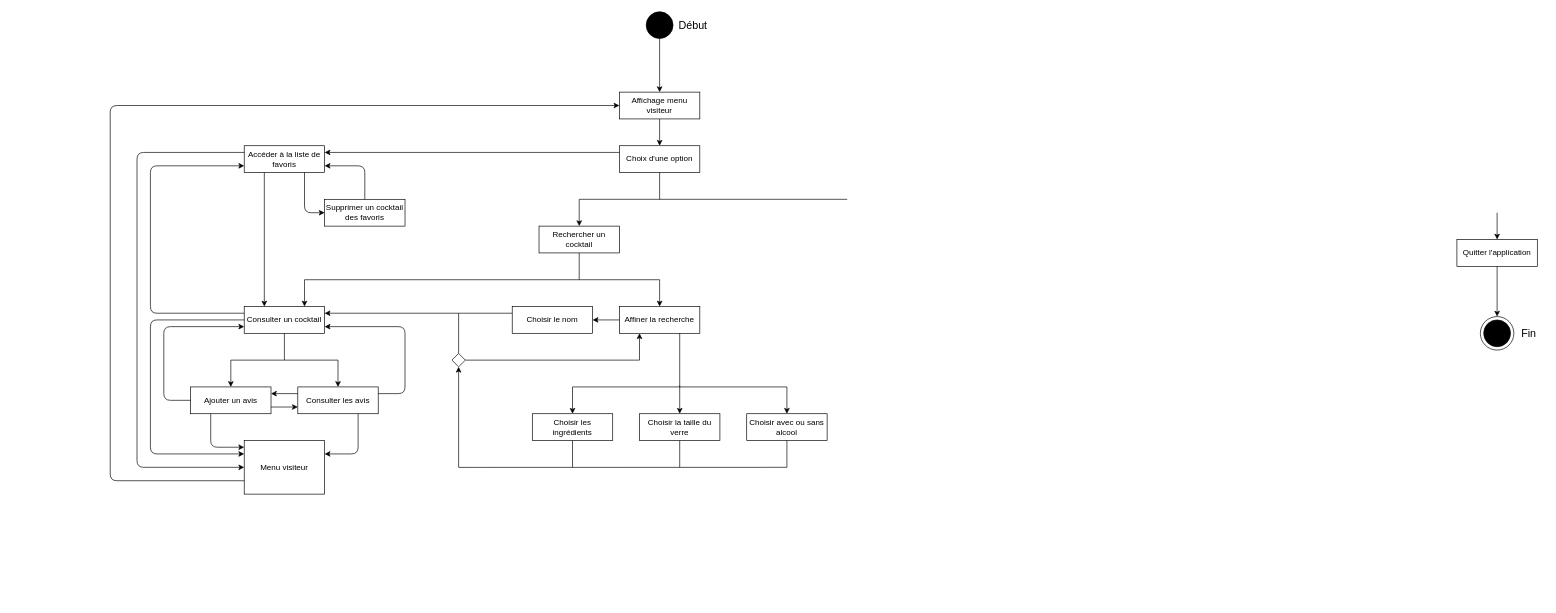
Above: Diagramme d'état du menu utilisateur régulier.drawio in wahib299/ProjetInfo2A (draw.io), before the change. Source tidied: cells renumbered, new cells numbered last; positions are measured from the earlier drawing's top-left corner, leaving out a move shared by most shapes. Both pictures are drawn from the tidied source at 67%, with x=0, y=0 at pixel (110, 11).
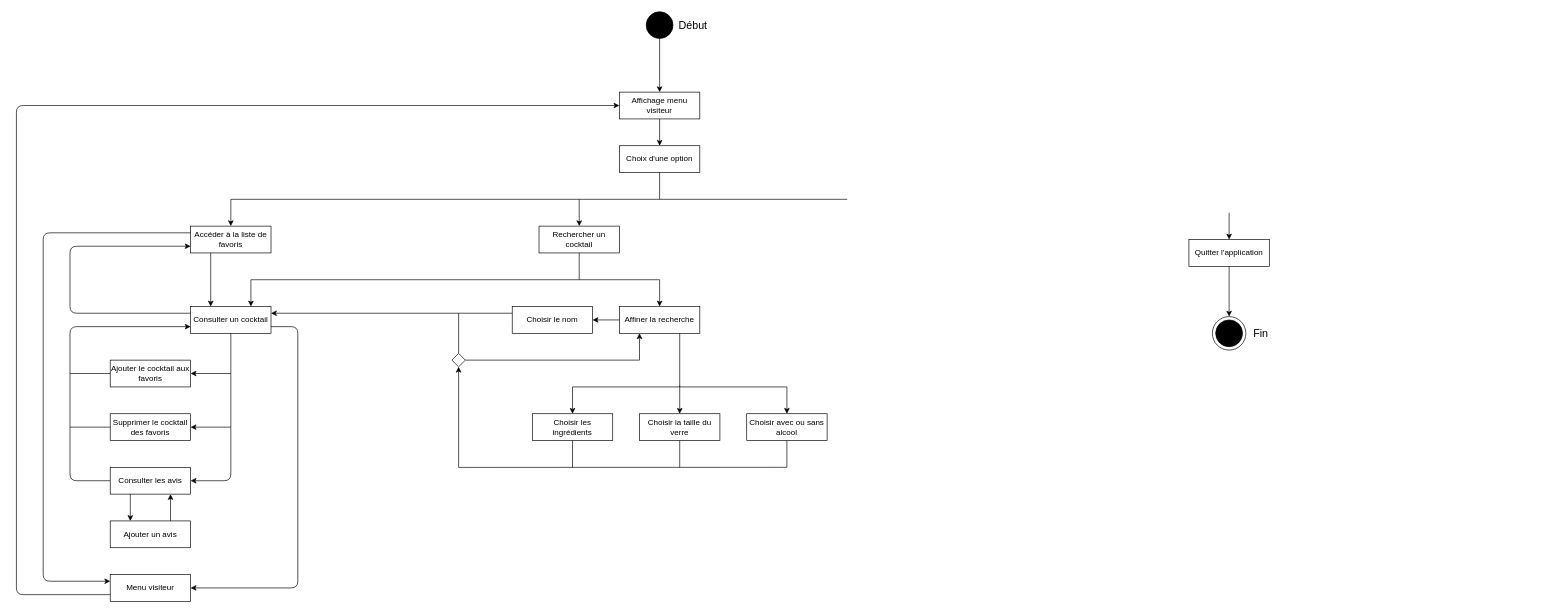
The same diagram, later.

The change refers to these unchanged cells:
```xml
<mxCell id="3" value="Affichage menu visiteur" style="rounded=0;whiteSpace=wrap;html=1;fillColor=#FFFFFF;" parent="1" vertex="1">
  <mxGeometry x="760" y="120" width="120" height="40" as="geometry" />
</mxCell>
<mxCell id="15" value="Choix d'une option" style="rounded=0;whiteSpace=wrap;html=1;fillColor=#FFFFFF;" parent="1" vertex="1">
  <mxGeometry x="760" y="200" width="120" height="40" as="geometry" />
</mxCell>
```

What changed in the source:
```diff
@@
     <mxCell id="4" style="endArrow=none;html=1;" parent="1" edge="1">
       <mxGeometry relative="1" as="geometry">
-        <mxPoint x="700" y="280" as="sourcePoint" />
+        <mxPoint x="180" y="280" as="sourcePoint" />
         <mxPoint x="1100" y="280" as="targetPoint" />
       </mxGeometry>
     </mxCell>
@@
     <mxCell id="9" value="Quitter l'application" style="rounded=0;whiteSpace=wrap;html=1;fillColor=#FFFFFF;" parent="1" vertex="1">
-      <mxGeometry x="2010" y="340" width="120" height="40" as="geometry" />
+      <mxGeometry x="1610" y="340" width="120" height="40" as="geometry" />
     </mxCell>
     <mxCell id="10" style="endArrow=classic;html=1;entryX=0.5;entryY=0;entryDx=0;entryDy=0;" parent="1" edge="1" target="9">
       <mxGeometry relative="1" as="geometry">
-        <mxPoint x="2070" y="300" as="sourcePoint" />
+        <mxPoint x="1670" y="300" as="sourcePoint" />
       </mxGeometry>
     </mxCell>
     <mxCell id="11" style="ellipse;whiteSpace=wrap;html=1;fillColor=none;" parent="1" vertex="1">
-      <mxGeometry x="2045" y="455" width="50" height="50" as="geometry" />
+      <mxGeometry x="1645" y="455" width="50" height="50" as="geometry" />
     </mxCell>
     <mxCell id="12" style="ellipse;whiteSpace=wrap;html=1;fillColor=#000000;" parent="1" vertex="1">
-      <mxGeometry x="2050" y="460" width="40" height="40" as="geometry" />
+      <mxGeometry x="1650" y="460" width="40" height="40" as="geometry" />
     </mxCell>
@@
     <mxCell id="14" value="&lt;font style=&quot;font-size: 16px&quot;&gt;Fin&lt;/font&gt;" style="text;html=1;strokeColor=none;fillColor=none;align=center;verticalAlign=middle;whiteSpace=wrap;rounded=0;" parent="1" vertex="1">
-      <mxGeometry x="2095" y="470" width="45" height="20" as="geometry" />
+      <mxGeometry x="1695" y="470" width="45" height="20" as="geometry" />
     </mxCell>
@@
     <mxCell id="18" style="endArrow=none;html=1;" parent="1" edge="1">
       <mxGeometry relative="1" as="geometry">
-        <mxPoint x="290" y="400" as="sourcePoint" />
+        <mxPoint x="210" y="400" as="sourcePoint" />
         <mxPoint x="820" y="400" as="targetPoint" />
       </mxGeometry>
     </mxCell>
@@
     <mxCell id="31" value="Consulter un cocktail" style="rounded=0;whiteSpace=wrap;html=1;fillColor=#FFFFFF;" parent="1" vertex="1">
-      <mxGeometry x="200" y="440" width="120" height="40" as="geometry" />
+      <mxGeometry x="120" y="440" width="120" height="40" as="geometry" />
     </mxCell>
     <mxCell id="32" style="endArrow=classic;html=1;entryX=0.75;entryY=0;entryDx=0;entryDy=0;" parent="1" edge="1" target="31">
       <mxGeometry relative="1" as="geometry">
-        <mxPoint x="290" y="400" as="sourcePoint" />
+        <mxPoint x="210" y="400" as="sourcePoint" />
       </mxGeometry>
     </mxCell>
@@
-    <mxCell id="35" value="Consulter les avis" style="rounded=0;whiteSpace=wrap;html=1;fillColor=#FFFFFF;" parent="1" vertex="1">
-      <mxGeometry x="280" y="560" width="120" height="40" as="geometry" />
+    <mxCell id="35" value="Supprimer le cocktail des favoris" style="rounded=0;whiteSpace=wrap;html=1;fillColor=#FFFFFF;" parent="1" vertex="1">
+      <mxGeometry y="600" width="120" height="40" as="geometry" />
     </mxCell>
-    <mxCell id="36" style="endArrow=classic;html=1;entryX=0.5;entryY=0;entryDx=0;entryDy=0;" parent="1" edge="1" target="35">
-      <mxGeometry relative="1" as="geometry">
-        <mxPoint x="340" y="520" as="sourcePoint" />
-      </mxGeometry>
-    </mxCell>
-    <mxCell id="37" style="endArrow=none;html=1;entryX=0.5;entryY=1;entryDx=0;entryDy=0;" parent="1" edge="1">
-      <mxGeometry relative="1" as="geometry">
-        <mxPoint x="260" y="520" as="sourcePoint" />
-        <mxPoint x="260" y="480" as="targetPoint" />
-      </mxGeometry>
-    </mxCell>
-    <mxCell id="38" style="endArrow=classic;html=1;entryX=1;entryY=0.5;entryDx=0;entryDy=0;exitX=1;exitY=0.25;exitDx=0;exitDy=0;" parent="1" edge="1" source="35">
-      <mxGeometry relative="1" as="geometry">
-        <mxPoint x="320" y="470" as="targetPoint" />
-        <Array as="points">
-          <mxPoint x="440" y="570" />
-          <mxPoint x="440" y="470" />
-        </Array>
-      </mxGeometry>
-    </mxCell>
-    <mxCell id="39" style="endArrow=none;html=1;" parent="1" edge="1">
-      <mxGeometry relative="1" as="geometry">
-        <mxPoint x="180" y="520" as="sourcePoint" />
-        <mxPoint x="340" y="520" as="targetPoint" />
-      </mxGeometry>
-    </mxCell>
     <mxCell id="40" value="Menu visiteur" style="rounded=0;whiteSpace=wrap;html=1;fillColor=#FFFFFF;" parent="1" vertex="1">
-      <mxGeometry x="200" y="640" width="120" height="80" as="geometry" />
+      <mxGeometry y="840" width="120" height="40" as="geometry" />
     </mxCell>
@@
     <mxCell id="50" value="Accéder à la liste de favoris" style="rounded=0;whiteSpace=wrap;html=1;fillColor=#FFFFFF;" parent="1" vertex="1">
-      <mxGeometry x="200" y="200" width="120" height="40" as="geometry" />
+      <mxGeometry x="120" y="320" width="120" height="40" as="geometry" />
     </mxCell>
-    <mxCell id="51" value="Ajouter un avis" style="rounded=0;whiteSpace=wrap;html=1;fillColor=#FFFFFF;" parent="1" vertex="1">
-      <mxGeometry x="120" y="560" width="120" height="40" as="geometry" />
+    <mxCell id="51" value="Ajouter le cocktail aux favoris" style="rounded=0;whiteSpace=wrap;html=1;fillColor=#FFFFFF;" parent="1" vertex="1">
+      <mxGeometry y="520" width="120" height="40" as="geometry" />
     </mxCell>
-    <mxCell id="52" style="endArrow=classic;html=1;entryX=0.5;entryY=0;entryDx=0;entryDy=0;" parent="1" edge="1" target="51">
-      <mxGeometry relative="1" as="geometry">
-        <mxPoint x="180" y="520" as="sourcePoint" />
-      </mxGeometry>
-    </mxCell>
-    <mxCell id="53" style="endArrow=classic;html=1;exitX=0;exitY=0.25;exitDx=0;exitDy=0;entryX=1;entryY=0.25;entryDx=0;entryDy=0;" parent="1" edge="1" source="35" target="51">
+    <mxCell id="53" style="endArrow=classic;html=1;exitX=0.75;exitY=0;exitDx=0;exitDy=0;entryX=0.75;entryY=1;entryDx=0;entryDy=0;" parent="1" edge="1" source="68" target="67">
       <mxGeometry relative="1" as="geometry" />
     </mxCell>
-    <mxCell id="54" style="endArrow=classic;html=1;exitX=1;exitY=0.75;exitDx=0;exitDy=0;entryX=0;entryY=0.75;entryDx=0;entryDy=0;" parent="1" edge="1" source="51" target="35">
-      <mxGeometry relative="1" as="geometry" />
-    </mxCell>
-    <mxCell id="55" style="endArrow=classic;html=1;exitX=0;exitY=0.5;exitDx=0;exitDy=0;entryX=0;entryY=0.75;entryDx=0;entryDy=0;" parent="1" edge="1" source="51" target="31">
+    <mxCell id="55" style="endArrow=classic;html=1;exitX=0;exitY=0.5;exitDx=0;exitDy=0;entryX=0;entryY=0.75;entryDx=0;entryDy=0;" parent="1" edge="1" source="67" target="31">
       <mxGeometry relative="1" as="geometry">
         <Array as="points">
-          <mxPoint x="80" y="580" />
-          <mxPoint x="80" y="470" />
+          <mxPoint x="-60" y="700" />
+          <mxPoint x="-60" y="470" />
         </Array>
       </mxGeometry>
     </mxCell>
-    <mxCell id="56" style="endArrow=classic;html=1;entryX=1;entryY=0.25;entryDx=0;entryDy=0;exitX=0.75;exitY=1;exitDx=0;exitDy=0;" parent="1" edge="1" source="35" target="40">
-      <mxGeometry relative="1" as="geometry">
-        <Array as="points">
-          <mxPoint x="370" y="660" />
-        </Array>
-      </mxGeometry>
-    </mxCell>
-    <mxCell id="57" style="endArrow=classic;html=1;entryX=0;entryY=0.125;entryDx=0;entryDy=0;exitX=0.25;exitY=1;exitDx=0;exitDy=0;entryPerimeter=0;" parent="1" edge="1" source="51" target="40">
-      <mxGeometry relative="1" as="geometry">
-        <Array as="points">
-          <mxPoint x="150" y="650" />
-        </Array>
-      </mxGeometry>
-    </mxCell>
-    <mxCell id="58" style="endArrow=classic;html=1;exitX=0;exitY=0.75;exitDx=0;exitDy=0;entryX=0;entryY=0.5;entryDx=0;entryDy=0;" parent="1" edge="1" source="40" target="3">
+    <mxCell id="58" style="endArrow=classic;html=1;entryX=0;entryY=0.5;entryDx=0;entryDy=0;exitX=0;exitY=0.75;exitDx=0;exitDy=0;" parent="1" edge="1" source="40" target="3">
       <mxGeometry relative="1" as="geometry">
         <Array as="points">
-          <mxPoint y="700" />
-          <mxPoint y="140" />
+          <mxPoint x="-140" y="870" />
+          <mxPoint x="-140" y="140" />
         </Array>
       </mxGeometry>
     </mxCell>
-    <mxCell id="59" style="endArrow=classic;html=1;exitX=0;exitY=0.5;exitDx=0;exitDy=0;entryX=0;entryY=0.25;entryDx=0;entryDy=0;entryPerimeter=0;" parent="1" edge="1" source="31" target="40">
-      <mxGeometry relative="1" as="geometry">
-        <Array as="points">
-          <mxPoint x="60" y="460" />
-          <mxPoint x="60" y="660" />
-        </Array>
-      </mxGeometry>
-    </mxCell>
-    <mxCell id="60" value="Supprimer un cocktail des favoris" style="rounded=0;whiteSpace=wrap;html=1;fillColor=#FFFFFF;" parent="1" vertex="1">
-      <mxGeometry x="320" y="280" width="120" height="40" as="geometry" />
-    </mxCell>
@@
     <mxCell id="62" style="endArrow=classic;html=1;exitX=0;exitY=0.25;exitDx=0;exitDy=0;entryX=0;entryY=0.75;entryDx=0;entryDy=0;" parent="1" edge="1" source="31" target="50">
       <mxGeometry relative="1" as="geometry">
         <Array as="points">
-          <mxPoint x="60" y="450" />
-          <mxPoint x="60" y="230" />
+          <mxPoint x="-60" y="450" />
+          <mxPoint x="-60" y="350" />
         </Array>
       </mxGeometry>
     </mxCell>
-    <mxCell id="63" style="endArrow=classic;html=1;exitX=0;exitY=0.25;exitDx=0;exitDy=0;entryX=1;entryY=0.25;entryDx=0;entryDy=0;" parent="1" edge="1" source="15" target="50">
-      <mxGeometry relative="1" as="geometry" />
-    </mxCell>
-    <mxCell id="64" style="endArrow=classic;html=1;exitX=0.75;exitY=1;exitDx=0;exitDy=0;entryX=0;entryY=0.5;entryDx=0;entryDy=0;" parent="1" edge="1" source="50" target="60">
-      <mxGeometry relative="1" as="geometry">
-        <Array as="points">
-          <mxPoint x="290" y="300" />
-        </Array>
-      </mxGeometry>
-    </mxCell>
-    <mxCell id="65" style="endArrow=classic;html=1;entryX=1;entryY=0.75;entryDx=0;entryDy=0;exitX=0.5;exitY=0;exitDx=0;exitDy=0;" parent="1" edge="1" source="60" target="50">
-      <mxGeometry relative="1" as="geometry">
-        <Array as="points">
-          <mxPoint x="380" y="230" />
-        </Array>
-      </mxGeometry>
-    </mxCell>
-    <mxCell id="66" style="endArrow=classic;html=1;exitX=0;exitY=0.25;exitDx=0;exitDy=0;entryX=0;entryY=0.5;entryDx=0;entryDy=0;" parent="1" edge="1" source="50" target="40">
+    <mxCell id="66" style="endArrow=classic;html=1;exitX=0;exitY=0.25;exitDx=0;exitDy=0;entryX=0;entryY=0.25;entryDx=0;entryDy=0;" parent="1" edge="1" source="50" target="40">
       <mxGeometry relative="1" as="geometry">
         <Array as="points">
-          <mxPoint x="40" y="210" />
-          <mxPoint x="40" y="680" />
+          <mxPoint x="-100" y="330" />
+          <mxPoint x="-100" y="850" />
         </Array>
       </mxGeometry>
     </mxCell>
+    <mxCell id="67" value="Consulter les avis" style="rounded=0;whiteSpace=wrap;html=1;fillColor=#FFFFFF;" parent="1" vertex="1">
+      <mxGeometry y="680" width="120" height="40" as="geometry" />
+    </mxCell>
+    <mxCell id="68" value="Ajouter un avis" style="rounded=0;whiteSpace=wrap;html=1;fillColor=#FFFFFF;" parent="1" vertex="1">
+      <mxGeometry y="760" width="120" height="40" as="geometry" />
+    </mxCell>
+    <mxCell id="69" style="endArrow=classic;html=1;exitX=0.5;exitY=1;exitDx=0;exitDy=0;entryX=1;entryY=0.5;entryDx=0;entryDy=0;" parent="1" edge="1" source="31" target="67">
+      <mxGeometry relative="1" as="geometry">
+        <Array as="points">
+          <mxPoint x="180" y="700" />
+        </Array>
+      </mxGeometry>
+    </mxCell>
+    <mxCell id="70" style="endArrow=classic;html=1;entryX=1;entryY=0.5;entryDx=0;entryDy=0;" parent="1" edge="1" target="51">
+      <mxGeometry relative="1" as="geometry">
+        <mxPoint x="180" y="540" as="sourcePoint" />
+      </mxGeometry>
+    </mxCell>
+    <mxCell id="71" style="endArrow=none;html=1;entryX=0;entryY=0.5;entryDx=0;entryDy=0;" parent="1" edge="1" target="51">
+      <mxGeometry relative="1" as="geometry">
+        <mxPoint x="-60" y="540" as="sourcePoint" />
+      </mxGeometry>
+    </mxCell>
+    <mxCell id="59" style="endArrow=classic;html=1;entryX=1;entryY=0.5;entryDx=0;entryDy=0;exitX=1;exitY=0.75;exitDx=0;exitDy=0;" parent="1" edge="1" source="31" target="40">
+      <mxGeometry relative="1" as="geometry">
+        <Array as="points">
+          <mxPoint x="280" y="470" />
+          <mxPoint x="280" y="860" />
+        </Array>
+      </mxGeometry>
+    </mxCell>
+    <mxCell id="72" style="endArrow=classic;html=1;entryX=1;entryY=0.5;entryDx=0;entryDy=0;" parent="1" edge="1" target="35">
+      <mxGeometry relative="1" as="geometry">
+        <mxPoint x="180" y="620" as="sourcePoint" />
+      </mxGeometry>
+    </mxCell>
+    <mxCell id="73" style="endArrow=none;html=1;entryX=0;entryY=0.5;entryDx=0;entryDy=0;" parent="1" edge="1" target="35">
+      <mxGeometry relative="1" as="geometry">
+        <mxPoint x="-60" y="620" as="sourcePoint" />
+      </mxGeometry>
+    </mxCell>
+    <mxCell id="74" style="endArrow=classic;html=1;exitX=0.25;exitY=1;exitDx=0;exitDy=0;entryX=0.25;entryY=0;entryDx=0;entryDy=0;" parent="1" edge="1" source="67" target="68">
+      <mxGeometry relative="1" as="geometry" />
+    </mxCell>
+    <mxCell id="75" style="endArrow=classic;html=1;entryX=0.5;entryY=0;entryDx=0;entryDy=0;" parent="1" edge="1" target="50">
+      <mxGeometry relative="1" as="geometry">
+        <mxPoint x="180" y="280" as="sourcePoint" />
+      </mxGeometry>
+    </mxCell>
```
